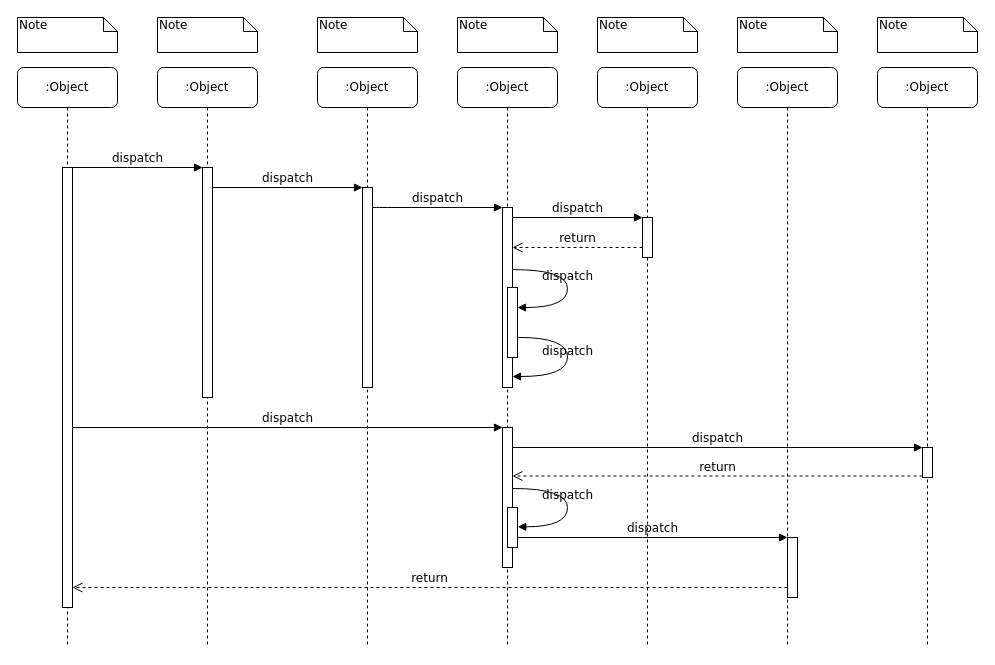
Earlier version of the draw.io diagram vaalikoneen sekvenssikaavio.drawio (laurajun/hamk-sovelluksen_suunnittelu). Source tidied: cells renumbered, new cells numbered last; positions are measured from the earlier drawing's top-left corner, leaving out a move shared by most shapes. Both pictures are drawn from the tidied source at 100%, with x=0, y=0 at pixel (17, 17).
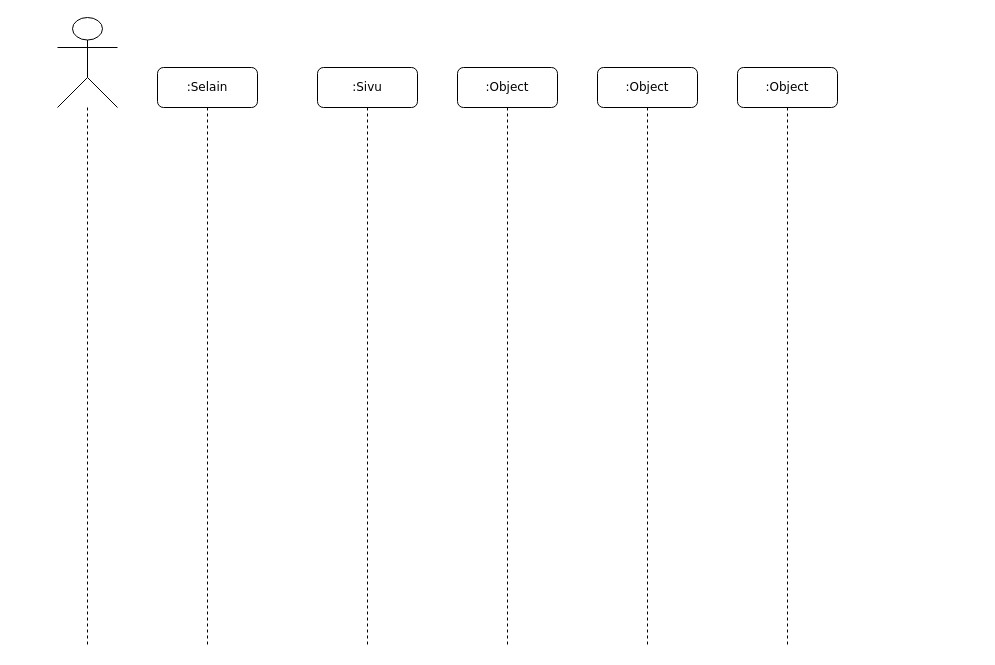
The same diagram, later.

The edit, as a diff of the source:
```diff
@@
-    <mxCell id="2" value=":Object" style="shape=umlLifeline;perimeter=lifelinePerimeter;whiteSpace=wrap;html=1;rounded=1;shadow=0;comic=0;labelBackgroundColor=none;strokeWidth=1;fontFamily=Verdana;fontSize=12;align=center;" parent="1" vertex="1">
+    <mxCell id="2" value=":Selain" style="shape=umlLifeline;perimeter=lifelinePerimeter;whiteSpace=wrap;html=1;rounded=1;shadow=0;comic=0;labelBackgroundColor=none;strokeWidth=1;fontFamily=Verdana;fontSize=12;align=center;" parent="1" vertex="1">
       <mxGeometry x="140" y="50" width="100" height="580" as="geometry" />
     </mxCell>
-    <mxCell id="3" style="html=1;points=[];perimeter=orthogonalPerimeter;rounded=0;shadow=0;comic=0;labelBackgroundColor=none;strokeWidth=1;fontFamily=Verdana;fontSize=12;align=center;" parent="2" vertex="1">
-      <mxGeometry x="45" y="100" width="10" height="230" as="geometry" />
-    </mxCell>
-    <mxCell id="4" value=":Object" style="shape=umlLifeline;perimeter=lifelinePerimeter;whiteSpace=wrap;html=1;rounded=1;shadow=0;comic=0;labelBackgroundColor=none;strokeWidth=1;fontFamily=Verdana;fontSize=12;align=center;" parent="1" vertex="1">
+    <mxCell id="4" value=":Sivu" style="shape=umlLifeline;perimeter=lifelinePerimeter;whiteSpace=wrap;html=1;rounded=1;shadow=0;comic=0;labelBackgroundColor=none;strokeWidth=1;fontFamily=Verdana;fontSize=12;align=center;" parent="1" vertex="1">
       <mxGeometry x="300" y="50" width="100" height="580" as="geometry" />
     </mxCell>
-    <mxCell id="5" style="html=1;points=[];perimeter=orthogonalPerimeter;rounded=0;shadow=0;comic=0;labelBackgroundColor=none;strokeWidth=1;fontFamily=Verdana;fontSize=12;align=center;" parent="4" vertex="1">
-      <mxGeometry x="45" y="120" width="10" height="200" as="geometry" />
-    </mxCell>
@@
-    <mxCell id="9" value=":Object" style="shape=umlLifeline;perimeter=lifelinePerimeter;whiteSpace=wrap;html=1;rounded=1;shadow=0;comic=0;labelBackgroundColor=none;strokeWidth=1;fontFamily=Verdana;fontSize=12;align=center;" parent="1" vertex="1">
-      <mxGeometry x="860" y="50" width="100" height="580" as="geometry" />
-    </mxCell>
-    <mxCell id="10" value=":Object" style="shape=umlLifeline;perimeter=lifelinePerimeter;whiteSpace=wrap;html=1;rounded=1;shadow=0;comic=0;labelBackgroundColor=none;strokeWidth=1;fontFamily=Verdana;fontSize=12;align=center;" parent="1" vertex="1">
-      <mxGeometry y="50" width="100" height="580" as="geometry" />
-    </mxCell>
-    <mxCell id="11" style="html=1;points=[];perimeter=orthogonalPerimeter;rounded=0;shadow=0;comic=0;labelBackgroundColor=none;strokeWidth=1;fontFamily=Verdana;fontSize=12;align=center;" parent="10" vertex="1">
-      <mxGeometry x="45" y="100" width="10" height="440" as="geometry" />
-    </mxCell>
-    <mxCell id="12" style="html=1;points=[];perimeter=orthogonalPerimeter;rounded=0;shadow=0;comic=0;labelBackgroundColor=none;strokeWidth=1;fontFamily=Verdana;fontSize=12;align=center;" parent="1" vertex="1">
-      <mxGeometry x="485" y="190" width="10" height="180" as="geometry" />
-    </mxCell>
-    <mxCell id="13" value="dispatch" style="html=1;verticalAlign=bottom;endArrow=block;labelBackgroundColor=none;fontFamily=Verdana;fontSize=12;edgeStyle=elbowEdgeStyle;elbow=vertical;" parent="1" edge="1" source="5" target="12">
-      <mxGeometry relative="1" as="geometry">
-        <Array as="points">
-          <mxPoint x="360" y="190" />
-        </Array>
-      </mxGeometry>
-    </mxCell>
-    <mxCell id="14" style="html=1;points=[];perimeter=orthogonalPerimeter;rounded=0;shadow=0;comic=0;labelBackgroundColor=none;strokeWidth=1;fontFamily=Verdana;fontSize=12;align=center;" parent="1" vertex="1">
-      <mxGeometry x="625" y="200" width="10" height="40" as="geometry" />
-    </mxCell>
-    <mxCell id="15" value="dispatch" style="html=1;verticalAlign=bottom;endArrow=block;entryX=0;entryY=0;labelBackgroundColor=none;fontFamily=Verdana;fontSize=12;edgeStyle=elbowEdgeStyle;elbow=vertical;" parent="1" edge="1" source="12" target="14">
-      <mxGeometry relative="1" as="geometry" />
-    </mxCell>
-    <mxCell id="16" value="return" style="html=1;verticalAlign=bottom;endArrow=open;dashed=1;endSize=8;labelBackgroundColor=none;fontFamily=Verdana;fontSize=12;edgeStyle=elbowEdgeStyle;elbow=vertical;" parent="1" edge="1" source="14" target="12">
-      <mxGeometry relative="1" as="geometry">
-        <Array as="points">
-          <mxPoint x="570" y="230" />
-          <mxPoint x="600" y="230" />
-        </Array>
-      </mxGeometry>
-    </mxCell>
-    <mxCell id="17" style="html=1;points=[];perimeter=orthogonalPerimeter;rounded=0;shadow=0;comic=0;labelBackgroundColor=none;strokeWidth=1;fontFamily=Verdana;fontSize=12;align=center;" parent="1" vertex="1">
-      <mxGeometry x="485" y="410" width="10" height="140" as="geometry" />
-    </mxCell>
-    <mxCell id="18" value="dispatch" style="html=1;verticalAlign=bottom;endArrow=block;entryX=0;entryY=0;labelBackgroundColor=none;fontFamily=Verdana;fontSize=12;" parent="1" edge="1" source="11" target="17">
-      <mxGeometry relative="1" as="geometry" />
-    </mxCell>
-    <mxCell id="19" style="html=1;points=[];perimeter=orthogonalPerimeter;rounded=0;shadow=0;comic=0;labelBackgroundColor=none;strokeColor=#000000;strokeWidth=1;fillColor=#FFFFFF;fontFamily=Verdana;fontSize=12;fontColor=#000000;align=center;" parent="1" vertex="1">
-      <mxGeometry x="905" y="430" width="10" height="30" as="geometry" />
-    </mxCell>
-    <mxCell id="20" value="dispatch" style="html=1;verticalAlign=bottom;endArrow=block;entryX=0;entryY=0;labelBackgroundColor=none;fontFamily=Verdana;fontSize=12;" parent="1" edge="1" source="17" target="19">
-      <mxGeometry relative="1" as="geometry" />
-    </mxCell>
-    <mxCell id="21" value="return" style="html=1;verticalAlign=bottom;endArrow=open;dashed=1;endSize=8;exitX=0;exitY=0.95;labelBackgroundColor=none;fontFamily=Verdana;fontSize=12;" parent="1" edge="1" source="19" target="17">
-      <mxGeometry relative="1" as="geometry" />
-    </mxCell>
-    <mxCell id="22" style="html=1;points=[];perimeter=orthogonalPerimeter;rounded=0;shadow=0;comic=0;labelBackgroundColor=none;strokeWidth=1;fontFamily=Verdana;fontSize=12;align=center;" parent="1" vertex="1">
-      <mxGeometry x="770" y="520" width="10" height="60" as="geometry" />
-    </mxCell>
-    <mxCell id="23" value="dispatch" style="html=1;verticalAlign=bottom;endArrow=block;entryX=0;entryY=0;labelBackgroundColor=none;fontFamily=Verdana;fontSize=12;edgeStyle=elbowEdgeStyle;elbow=vertical;" parent="1" edge="1" source="30" target="22">
-      <mxGeometry relative="1" as="geometry" />
-    </mxCell>
-    <mxCell id="24" value="return" style="html=1;verticalAlign=bottom;endArrow=open;dashed=1;endSize=8;labelBackgroundColor=none;fontFamily=Verdana;fontSize=12;edgeStyle=elbowEdgeStyle;elbow=vertical;" parent="1" edge="1" source="22" target="11">
-      <mxGeometry relative="1" as="geometry">
-        <Array as="points">
-          <mxPoint x="470" y="570" />
-        </Array>
-      </mxGeometry>
-    </mxCell>
-    <mxCell id="25" value="dispatch" style="html=1;verticalAlign=bottom;endArrow=block;entryX=0;entryY=0;labelBackgroundColor=none;fontFamily=Verdana;fontSize=12;edgeStyle=elbowEdgeStyle;elbow=vertical;" parent="1" edge="1" source="11" target="3">
-      <mxGeometry relative="1" as="geometry" />
-    </mxCell>
-    <mxCell id="26" value="dispatch" style="html=1;verticalAlign=bottom;endArrow=block;entryX=0;entryY=0;labelBackgroundColor=none;fontFamily=Verdana;fontSize=12;edgeStyle=elbowEdgeStyle;elbow=vertical;" parent="1" edge="1" source="3" target="5">
-      <mxGeometry relative="1" as="geometry" />
-    </mxCell>
-    <mxCell id="27" style="html=1;points=[];perimeter=orthogonalPerimeter;rounded=0;shadow=0;comic=0;labelBackgroundColor=none;strokeWidth=1;fontFamily=Verdana;fontSize=12;align=center;" parent="1" vertex="1">
-      <mxGeometry x="490" y="270" width="10" height="70" as="geometry" />
-    </mxCell>
-    <mxCell id="28" value="dispatch" style="html=1;verticalAlign=bottom;endArrow=block;labelBackgroundColor=none;fontFamily=Verdana;fontSize=12;elbow=vertical;edgeStyle=orthogonalEdgeStyle;curved=1;entryX=1;entryY=0.286;entryPerimeter=0;exitX=1.038;exitY=0.345;exitPerimeter=0;" parent="1" edge="1" source="12" target="27">
-      <mxGeometry relative="1" as="geometry">
-        <Array as="points">
-          <mxPoint x="550" y="252" />
-          <mxPoint x="550" y="290" />
-        </Array>
-      </mxGeometry>
-    </mxCell>
-    <mxCell id="29" value="dispatch" style="html=1;verticalAlign=bottom;endArrow=block;labelBackgroundColor=none;fontFamily=Verdana;fontSize=12;elbow=vertical;edgeStyle=orthogonalEdgeStyle;curved=1;exitX=1.066;exitY=0.713;exitPerimeter=0;" parent="1" edge="1" source="27">
-      <mxGeometry relative="1" as="geometry">
-        <mxPoint x="495" y="359" as="targetPoint" />
-        <Array as="points">
-          <mxPoint x="550" y="320" />
-          <mxPoint x="550" y="359" />
-        </Array>
-      </mxGeometry>
-    </mxCell>
-    <mxCell id="30" style="html=1;points=[];perimeter=orthogonalPerimeter;rounded=0;shadow=0;comic=0;labelBackgroundColor=none;strokeWidth=1;fontFamily=Verdana;fontSize=12;align=center;" parent="1" vertex="1">
-      <mxGeometry x="490" y="490" width="10" height="40" as="geometry" />
-    </mxCell>
-    <mxCell id="31" value="dispatch" style="html=1;verticalAlign=bottom;endArrow=block;labelBackgroundColor=none;fontFamily=Verdana;fontSize=12;elbow=vertical;edgeStyle=orthogonalEdgeStyle;curved=1;entryX=1;entryY=0.286;entryPerimeter=0;exitX=1.038;exitY=0.345;exitPerimeter=0;" parent="1" edge="1">
-      <mxGeometry relative="1" as="geometry">
-        <mxPoint x="495.3" y="471" as="sourcePoint" />
-        <mxPoint x="500.3" y="509.3" as="targetPoint" />
-        <Array as="points">
-          <mxPoint x="550" y="471" />
-          <mxPoint x="550" y="509" />
-        </Array>
-      </mxGeometry>
-    </mxCell>
-    <mxCell id="32" value="Note" style="shape=note;whiteSpace=wrap;html=1;size=14;verticalAlign=top;align=left;spacingTop=-6;rounded=0;shadow=0;comic=0;labelBackgroundColor=none;strokeWidth=1;fontFamily=Verdana;fontSize=12;" parent="1" vertex="1">
-      <mxGeometry width="100" height="35" as="geometry" />
-    </mxCell>
-    <mxCell id="33" value="Note" style="shape=note;whiteSpace=wrap;html=1;size=14;verticalAlign=top;align=left;spacingTop=-6;rounded=0;shadow=0;comic=0;labelBackgroundColor=none;strokeWidth=1;fontFamily=Verdana;fontSize=12;" parent="1" vertex="1">
-      <mxGeometry x="140" width="100" height="35" as="geometry" />
-    </mxCell>
-    <mxCell id="34" value="Note" style="shape=note;whiteSpace=wrap;html=1;size=14;verticalAlign=top;align=left;spacingTop=-6;rounded=0;shadow=0;comic=0;labelBackgroundColor=none;strokeWidth=1;fontFamily=Verdana;fontSize=12;" parent="1" vertex="1">
-      <mxGeometry x="300" width="100" height="35" as="geometry" />
-    </mxCell>
-    <mxCell id="35" value="Note" style="shape=note;whiteSpace=wrap;html=1;size=14;verticalAlign=top;align=left;spacingTop=-6;rounded=0;shadow=0;comic=0;labelBackgroundColor=none;strokeWidth=1;fontFamily=Verdana;fontSize=12;" parent="1" vertex="1">
-      <mxGeometry x="440" width="100" height="35" as="geometry" />
-    </mxCell>
-    <mxCell id="36" value="Note" style="shape=note;whiteSpace=wrap;html=1;size=14;verticalAlign=top;align=left;spacingTop=-6;rounded=0;shadow=0;comic=0;labelBackgroundColor=none;strokeWidth=1;fontFamily=Verdana;fontSize=12;" parent="1" vertex="1">
-      <mxGeometry x="580" width="100" height="35" as="geometry" />
-    </mxCell>
-    <mxCell id="37" value="Note" style="shape=note;whiteSpace=wrap;html=1;size=14;verticalAlign=top;align=left;spacingTop=-6;rounded=0;shadow=0;comic=0;labelBackgroundColor=none;strokeWidth=1;fontFamily=Verdana;fontSize=12;" parent="1" vertex="1">
-      <mxGeometry x="720" width="100" height="35" as="geometry" />
-    </mxCell>
-    <mxCell id="38" value="Note" style="shape=note;whiteSpace=wrap;html=1;size=14;verticalAlign=top;align=left;spacingTop=-6;rounded=0;shadow=0;comic=0;labelBackgroundColor=none;strokeWidth=1;fontFamily=Verdana;fontSize=12;" parent="1" vertex="1">
-      <mxGeometry x="860" width="100" height="35" as="geometry" />
-    </mxCell>
+    <mxCell id="39" style="shape=umlLifeline;participant=umlActor;perimeter=lifelinePerimeter;whiteSpace=wrap;html=1;verticalAlign=top;spacingTop=36;size=90;" parent="1" vertex="1">
+      <mxGeometry x="40" width="60" height="630" as="geometry" />
+    </mxCell>
```
